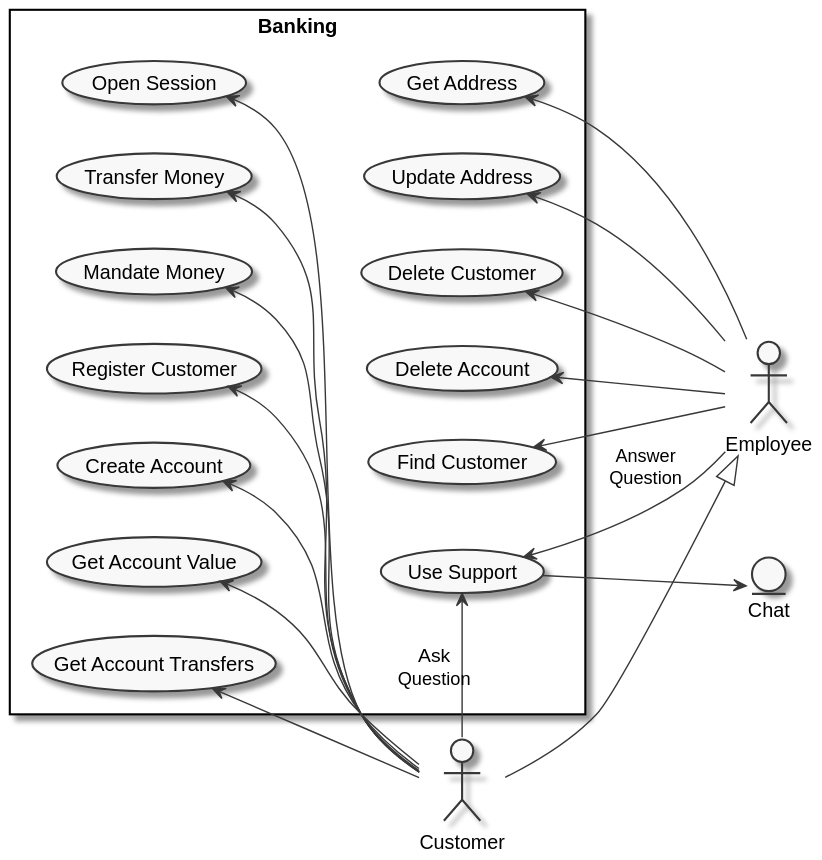
Before: documentation/diagrams/generatedDiagrams/DiagramUseCase_BankingService.svg, a diagram exported from PlantUML (SteffBauer/sw_project).
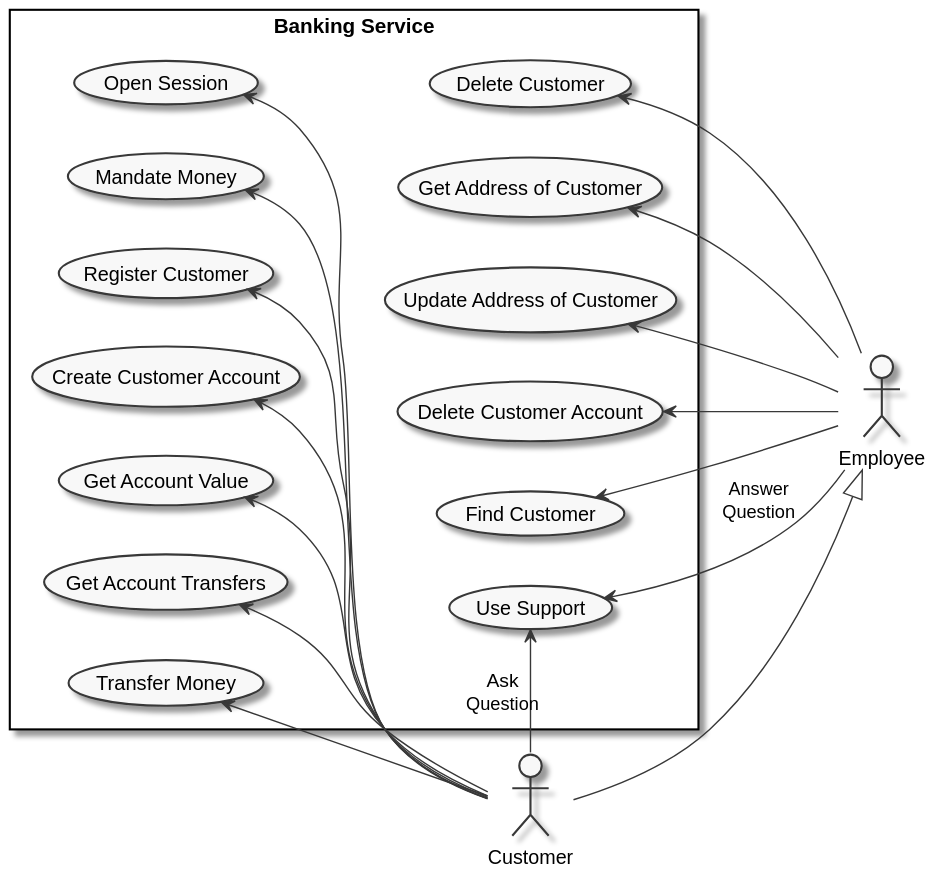
Later version of the same file.

Commit message:
updated use case diagram

Change to the diagram source:
```diff
@@ -8,18 +8,17 @@
 
 e <|-up- c
 
-entity "Chat" as chat
 
 
-rectangle Banking {
+rectangle "Banking Service" as Banking {
 
   usecase "Register Customer" as uc11
   usecase "Find Customer" as uc12
   usecase "Delete Customer" as uc13
-  usecase "Get Address" as uc14
-  usecase "Update Address" as uc15
-  usecase "Create Account" as uc16
-  usecase "Delete Account" as uc17
+  usecase "Get Address of Customer" as uc14
+  usecase "Update Address of Customer" as uc15
+  usecase "Create Customer Account" as uc16
+  usecase "Delete Customer Account" as uc17
 
   usecase "Open Session" as uc21
 
@@ -48,7 +47,6 @@
 uc21 <-- c
 
 
-uc31 --> chat
 uc31 <-- c : Ask\nQuestion
 e --> uc31 : Answer\nQuestion
 
@@ -63,8 +61,6 @@
 uc21 -[hidden]-> uc14
 uc21 -[hidden]-> uc15
 uc21 -[hidden]-> uc17
-uc31 -[hidden]> uc17
-e -[hidden]> chat
-chat -[hidden]> c
+uc44 -[hidden]-> uc31
 
 @enduml
```
